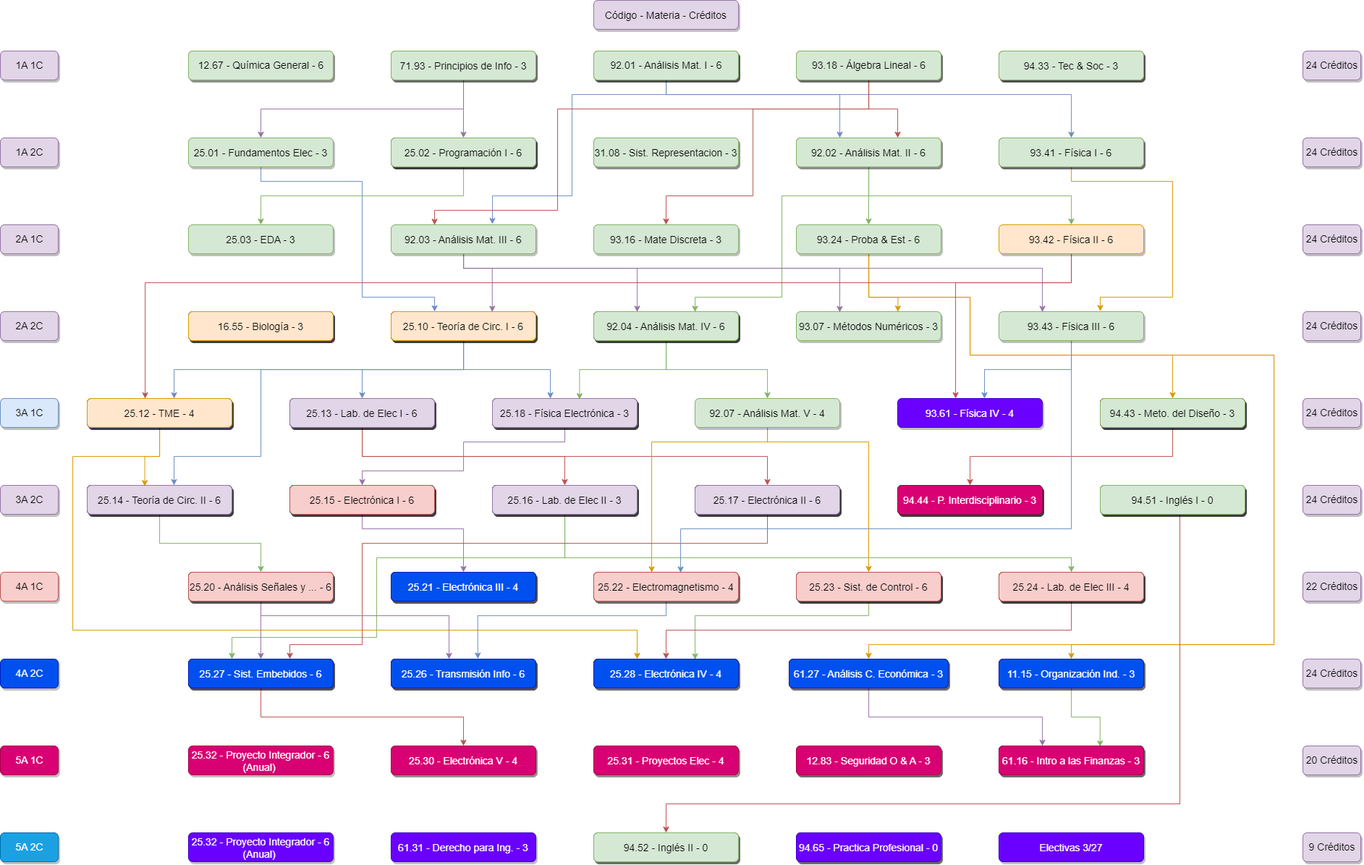
The draw.io diagram K22.drawio.png in juanipla/K22, before a commit. Source tidied: cells renumbered, new cells last; positions are measured from the earlier drawing's top-left corner, leaving out a move shared by most shapes.
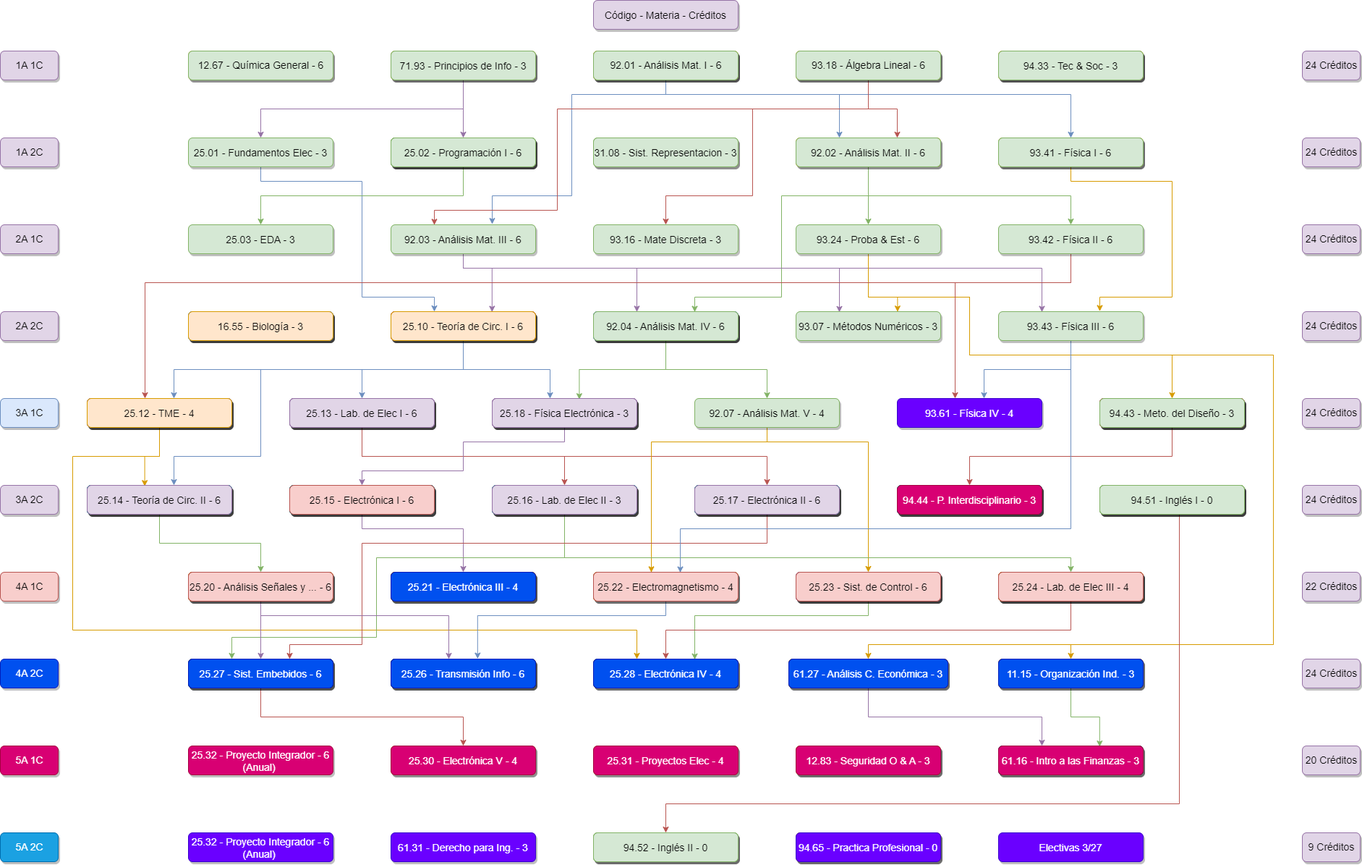
The same diagram one commit later.

The edit, as a diff of the source:
```diff
@@ -256,7 +256,7 @@
         </Array>
       </mxGeometry>
     </mxCell>
-    <mxCell id="41" value="93.42 - Física II - 6" style="rounded=1;fillColor=#ffe6cc;strokeColor=#d79b00;shadow=1;fontStyle=0;fontSize=14;labelBorderColor=none;labelBackgroundColor=none;verticalAlign=middle;" parent="1" vertex="1">
+    <mxCell id="41" value="93.42 - Física II - 6" style="rounded=1;fillColor=#d5e8d4;strokeColor=#82b366;shadow=1;fontStyle=0;fontSize=14;labelBorderColor=none;labelBackgroundColor=none;verticalAlign=middle;" parent="1" vertex="1">
       <mxGeometry x="1380" y="310" width="200" height="40" as="geometry" />
     </mxCell>
     <mxCell id="42" value="1A 1C" style="rounded=1;fillColor=#e1d5e7;strokeColor=#9673a6;shadow=1;fontStyle=0;fontSize=14;labelBorderColor=none;labelBackgroundColor=none;html=1;" parent="1" vertex="1">
```
